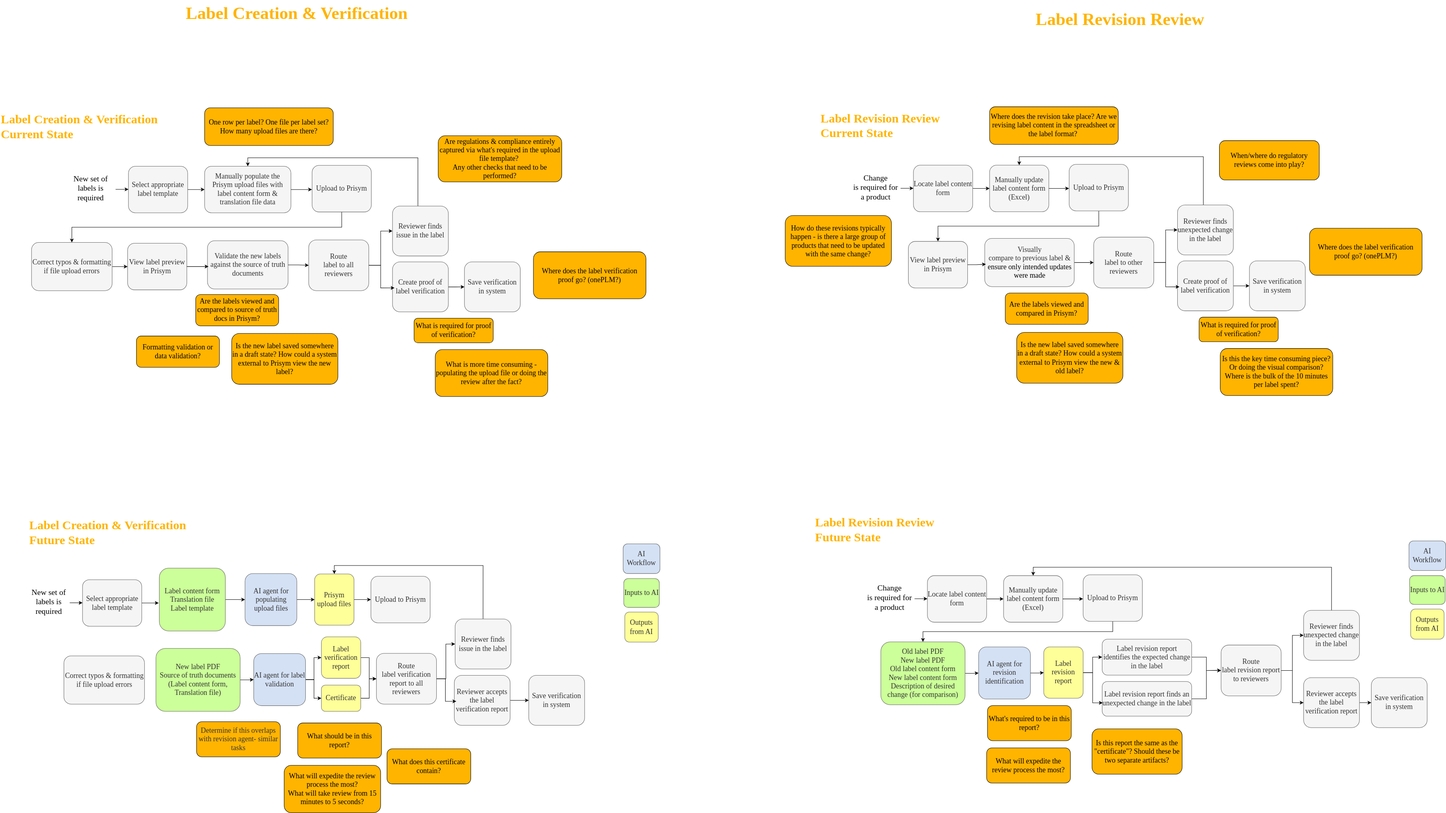
keewonhong-slalom/StrykerFDE-Ortho keeps this draw.io diagram as raw/Ortho Labeling Workflows.svg. Above is the earlier version. Source tidied: cells renumbered, new cells last; positions are measured from the earlier drawing's top-left corner, leaving out a move shared by most shapes.
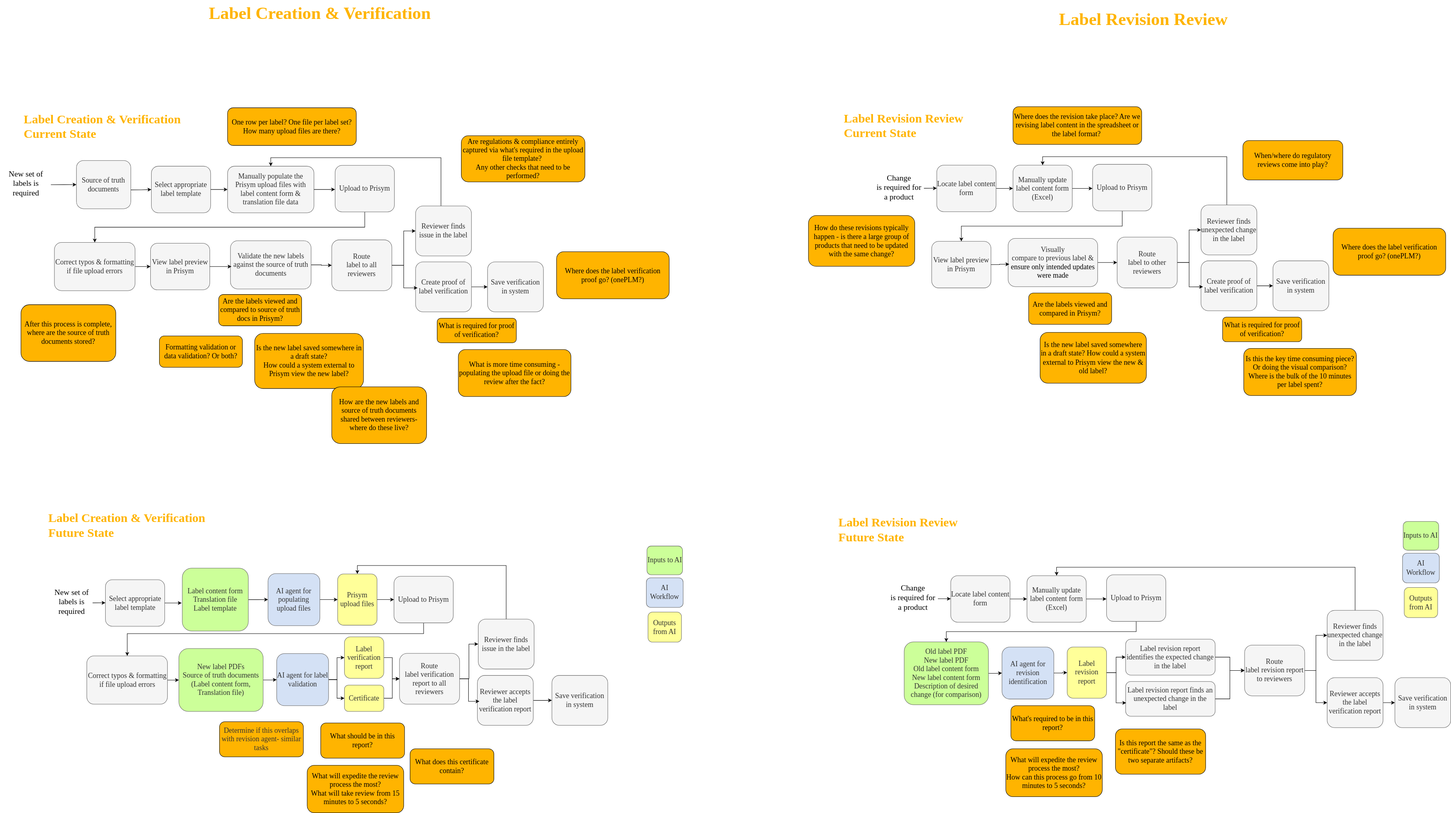
The same file after the commit.

What changed in the source:
```diff
@@ -113,21 +113,12 @@
     <mxCell id="38" value="Is this the key time consuming piece? Or doing the visual comparison? Where is the bulk of the 10 minutes per label spent?" style="rounded=1;whiteSpace=wrap;html=1;labelBorderColor=none;labelBackgroundColor=none;fillColor=light-dark(#FFB400,#FFB400);gradientColor=none;fillStyle=solid;fontFamily=cambria;fontSize=17;" parent="1" vertex="1">
       <mxGeometry x="2883" y="822.5" width="266" height="111" as="geometry" />
     </mxCell>
-    <mxCell id="39" value="AI Workflow" style="rounded=1;whiteSpace=wrap;html=1;fillColor=#D4E1F5;fontColor=#333333;strokeColor=#666666;fontFamily=cambria;fontSize=17;" parent="1" vertex="1">
-      <mxGeometry x="3329" y="1277" width="87" height="70" as="geometry" />
-    </mxCell>
     <mxCell id="40" style="edgeStyle=orthogonalEdgeStyle;rounded=0;jettySize=auto;html=1;entryX=0;entryY=0.5;entryDx=0;entryDy=0;" parent="1" edge="1" source="41" target="45">
       <mxGeometry relative="1" as="geometry" />
     </mxCell>
     <mxCell id="41" value="Old label PDF&lt;br&gt;New label PDF&lt;div&gt;Old label content form&lt;/div&gt;&lt;div&gt;New label content form&lt;/div&gt;&lt;div&gt;Description of desired change (for comparison)&lt;/div&gt;" style="rounded=1;whiteSpace=wrap;html=1;fillColor=#CCFF99;fontColor=#333333;strokeColor=#666666;fontFamily=cambria;fontSize=17;align=center;" parent="1" vertex="1">
       <mxGeometry x="2081" y="1515.5" width="199" height="148.5" as="geometry" />
     </mxCell>
-    <mxCell id="42" value="Outputs from AI" style="rounded=1;whiteSpace=wrap;html=1;fillColor=#FFFF99;fontColor=#333333;strokeColor=#666666;fontFamily=cambria;fontSize=17;" parent="1" vertex="1">
-      <mxGeometry x="3333" y="1438" width="79" height="71" as="geometry" />
-    </mxCell>
-    <mxCell id="43" value="Inputs to AI" style="rounded=1;whiteSpace=wrap;html=1;fillColor=#CCFF99;fontColor=#333333;strokeColor=#666666;fontFamily=cambria;fontSize=17;" parent="1" vertex="1">
-      <mxGeometry x="3330.5" y="1359" width="84" height="68" as="geometry" />
-    </mxCell>
     <mxCell id="44" style="edgeStyle=orthogonalEdgeStyle;rounded=0;jettySize=auto;html=1;entryX=0;entryY=0.5;entryDx=0;entryDy=0;" parent="1" edge="1" source="45" target="47">
       <mxGeometry relative="1" as="geometry" />
     </mxCell>
@@ -143,8 +134,8 @@
     <mxCell id="48" value="What's required to be in this report?" style="rounded=1;whiteSpace=wrap;html=1;labelBorderColor=none;labelBackgroundColor=none;fillColor=light-dark(#FFB400,#FFB400);gradientColor=none;fillStyle=solid;fontFamily=cambria;fontSize=17;" parent="1" vertex="1">
       <mxGeometry x="2333" y="1666" width="198" height="83" as="geometry" />
     </mxCell>
-    <mxCell id="49" value="What will expedite the review process the most?" style="rounded=1;whiteSpace=wrap;html=1;labelBorderColor=none;labelBackgroundColor=none;fillColor=light-dark(#FFB400,#FFB400);gradientColor=none;fillStyle=solid;fontFamily=cambria;fontSize=17;" parent="1" vertex="1">
-      <mxGeometry x="2331" y="1766" width="198" height="83" as="geometry" />
+    <mxCell id="49" value="What will expedite the review process the most?&lt;br&gt;How can this process go from 10 minutes to 5 seconds?" style="rounded=1;whiteSpace=wrap;html=1;labelBorderColor=none;labelBackgroundColor=none;fillColor=light-dark(#FFB400,#FFB400);gradientColor=none;fillStyle=solid;fontFamily=cambria;fontSize=17;" parent="1" vertex="1">
+      <mxGeometry x="2321" y="1768" width="228" height="113" as="geometry" />
     </mxCell>
     <mxCell id="50" value="&lt;p style=&quot;margin-top: 0pt; margin-bottom: 0pt; direction: ltr; unicode-bidi: embed; vertical-align: baseline;&quot;&gt;&lt;span style=&quot;font-family: Cambria;&quot;&gt;Save verification in system&lt;/span&gt;&lt;/p&gt;" style="rounded=1;whiteSpace=wrap;html=1;fillColor=#f5f5f5;fontColor=#333333;strokeColor=#666666;fontFamily=cambria;fontSize=17;" parent="1" vertex="1">
       <mxGeometry x="2952" y="615.5" width="132" height="118" as="geometry" />
@@ -200,7 +191,7 @@
       <mxGeometry x="303" y="392" width="140" height="110" as="geometry" />
     </mxCell>
     <mxCell id="66" value="&lt;p style=&quot;language:en-US;margin-top:0pt;margin-bottom:0pt;text-align:center;&amp;lt;br/&amp;gt;direction:ltr;unicode-bidi:embed;vertical-align:baseline&quot;&gt;&lt;font face=&quot;Cambria&quot;&gt;&lt;span style=&quot;font-size: 18.6667px;&quot;&gt;New set of labels is required&lt;/span&gt;&lt;/font&gt;&lt;/p&gt;" style="text;whiteSpace=wrap;html=1;" parent="1" vertex="1">
-      <mxGeometry x="153" y="404" width="120" height="70" as="geometry" />
+      <mxGeometry x="-54" y="393" width="120" height="70" as="geometry" />
     </mxCell>
     <mxCell id="67" value="Manually populate the Prisym upload files with label content form &amp;amp; translation file data" style="rounded=1;whiteSpace=wrap;html=1;fillColor=#f5f5f5;fontColor=#333333;strokeColor=#666666;fontFamily=cambria;fontSize=17;" parent="1" vertex="1">
       <mxGeometry x="483" y="392" width="204" height="110" as="geometry" />
@@ -241,7 +232,7 @@
     <mxCell id="79" style="edgeStyle=orthogonalEdgeStyle;rounded=0;jettySize=auto;html=1;entryX=0.036;entryY=0.52;entryDx=0;entryDy=0;entryPerimeter=0;" parent="1" edge="1" source="74" target="76">
       <mxGeometry relative="1" as="geometry" />
     </mxCell>
-    <mxCell id="80" style="edgeStyle=orthogonalEdgeStyle;rounded=0;jettySize=auto;html=1;entryX=0;entryY=0.5;entryDx=0;entryDy=0;exitX=0.997;exitY=0.609;exitDx=0;exitDy=0;exitPerimeter=0;" parent="1" edge="1" source="66" target="65">
+    <mxCell id="80" style="edgeStyle=orthogonalEdgeStyle;rounded=0;jettySize=auto;html=1;entryX=0;entryY=0.5;entryDx=0;entryDy=0;exitX=0.997;exitY=0.609;exitDx=0;exitDy=0;exitPerimeter=0;" parent="1" edge="1" source="140" target="65">
       <mxGeometry relative="1" as="geometry" />
     </mxCell>
     <mxCell id="81" value="&lt;p style=&quot;margin-top: 0pt; margin-bottom: 0pt; unicode-bidi: embed; vertical-align: baseline;&quot;&gt;&lt;font&gt;Label Creation &amp;amp; Verification&lt;/font&gt;&lt;/p&gt;&lt;p style=&quot;margin-top: 0pt; margin-bottom: 0pt; unicode-bidi: embed; vertical-align: baseline;&quot;&gt;&lt;font&gt;Current State&lt;/font&gt;&lt;/p&gt;" style="text;whiteSpace=wrap;html=1;fontFamily=cambria;fontSize=29;fontColor=light-dark(#FFB400,#FFB400);fontStyle=1;align=left;" parent="1" vertex="1">
@@ -256,11 +247,11 @@
     <mxCell id="84" value="Are the labels viewed and compared to source of truth docs in Prisym?" style="rounded=1;whiteSpace=wrap;html=1;labelBorderColor=none;labelBackgroundColor=none;fillColor=light-dark(#FFB400,#FFB400);gradientColor=none;fillStyle=solid;fontFamily=cambria;fontSize=17;" parent="1" vertex="1">
       <mxGeometry x="462" y="695" width="196" height="74" as="geometry" />
     </mxCell>
-    <mxCell id="85" value="Is the new label saved somewhere in a draft state? How could a system external to Prisym view the new label?" style="rounded=1;whiteSpace=wrap;html=1;labelBorderColor=none;labelBackgroundColor=none;fillColor=light-dark(#FFB400,#FFB400);gradientColor=none;fillStyle=solid;fontFamily=cambria;fontSize=17;" parent="1" vertex="1">
-      <mxGeometry x="547" y="787" width="251" height="120" as="geometry" />
+    <mxCell id="85" value="Is the new label saved somewhere in a draft state? &lt;br&gt;How could a system external to Prisym view the new label?" style="rounded=1;whiteSpace=wrap;html=1;labelBorderColor=none;labelBackgroundColor=none;fillColor=light-dark(#FFB400,#FFB400);gradientColor=none;fillStyle=solid;fontFamily=cambria;fontSize=17;" parent="1" vertex="1">
+      <mxGeometry x="547" y="787" width="257" height="130" as="geometry" />
     </mxCell>
     <mxCell id="86" value="&lt;p style=&quot;margin-top: 0pt; margin-bottom: 0pt; unicode-bidi: embed; vertical-align: baseline;&quot;&gt;&lt;font&gt;Label Creation&amp;nbsp;&lt;/font&gt;&lt;span style=&quot;background-color: transparent;&quot;&gt;&amp;amp; Verification&lt;/span&gt;&lt;/p&gt;&lt;p style=&quot;margin-top: 0pt; margin-bottom: 0pt; unicode-bidi: embed; vertical-align: baseline;&quot;&gt;&lt;font&gt;Future State&lt;/font&gt;&lt;/p&gt;" style="text;whiteSpace=wrap;html=1;fontFamily=cambria;fontSize=29;fontColor=light-dark(#FFB400,#FFB400);fontStyle=1;align=left;" parent="1" vertex="1">
-      <mxGeometry x="67" y="1216" width="414" height="39" as="geometry" />
+      <mxGeometry x="57.5" y="1199" width="414" height="39" as="geometry" />
     </mxCell>
     <mxCell id="87" value="Are regulations &amp;amp; compliance entirely captured via what's required in the upload file template?&amp;nbsp;&lt;div&gt;Any other checks that need to be performed?&lt;/div&gt;" style="rounded=1;whiteSpace=wrap;html=1;labelBorderColor=none;labelBackgroundColor=none;fillColor=light-dark(#FFB400,#FFB400);gradientColor=none;fillStyle=solid;fontFamily=cambria;fontSize=17;" parent="1" vertex="1">
       <mxGeometry x="1035" y="320" width="292" height="109" as="geometry" />
@@ -269,13 +260,13 @@
       <mxGeometry x="1028" y="825" width="266" height="111" as="geometry" />
     </mxCell>
     <mxCell id="89" value="AI Workflow" style="rounded=1;whiteSpace=wrap;html=1;fillColor=#D4E1F5;fontColor=#333333;strokeColor=#666666;fontFamily=cambria;fontSize=17;" parent="1" vertex="1">
-      <mxGeometry x="1472" y="1284" width="87" height="70" as="geometry" />
+      <mxGeometry x="1472" y="1364" width="87" height="70" as="geometry" />
     </mxCell>
     <mxCell id="90" value="Outputs from AI" style="rounded=1;whiteSpace=wrap;html=1;fillColor=#FFFF99;fontColor=#333333;strokeColor=#666666;fontFamily=cambria;fontSize=17;" parent="1" vertex="1">
       <mxGeometry x="1476" y="1445" width="79" height="71" as="geometry" />
     </mxCell>
     <mxCell id="91" value="Inputs to AI" style="rounded=1;whiteSpace=wrap;html=1;fillColor=#CCFF99;fontColor=#333333;strokeColor=#666666;fontFamily=cambria;fontSize=17;" parent="1" vertex="1">
-      <mxGeometry x="1473.5" y="1366" width="84" height="68" as="geometry" />
+      <mxGeometry x="1473.5" y="1289" width="84" height="68" as="geometry" />
     </mxCell>
     <mxCell id="92" value="What should be in this report?" style="rounded=1;whiteSpace=wrap;html=1;labelBorderColor=none;labelBackgroundColor=none;fillColor=light-dark(#FFB400,#FFB400);gradientColor=none;fillStyle=solid;fontFamily=cambria;fontSize=17;" parent="1" vertex="1">
       <mxGeometry x="703" y="1707" width="198" height="83" as="geometry" />
@@ -309,7 +300,7 @@
     <mxCell id="100" value="Is this report the same as the &quot;certificate&quot;? Should these be two separate artifacts?" style="rounded=1;whiteSpace=wrap;html=1;labelBorderColor=none;labelBackgroundColor=none;fillColor=light-dark(#FFB400,#FFB400);gradientColor=none;fillStyle=solid;fontFamily=cambria;fontSize=17;" parent="1" vertex="1">
       <mxGeometry x="2580" y="1721" width="213" height="107" as="geometry" />
     </mxCell>
-    <mxCell id="101" value="Formatting validation or data validation?" style="rounded=1;whiteSpace=wrap;html=1;labelBorderColor=none;labelBackgroundColor=none;fillColor=light-dark(#FFB400,#FFB400);gradientColor=none;fillStyle=solid;fontFamily=cambria;fontSize=17;" parent="1" vertex="1">
+    <mxCell id="101" value="Formatting validation or data validation? Or both?" style="rounded=1;whiteSpace=wrap;html=1;labelBorderColor=none;labelBackgroundColor=none;fillColor=light-dark(#FFB400,#FFB400);gradientColor=none;fillStyle=solid;fontFamily=cambria;fontSize=17;" parent="1" vertex="1">
       <mxGeometry x="322" y="793" width="196" height="74" as="geometry" />
     </mxCell>
     <mxCell id="102" style="edgeStyle=orthogonalEdgeStyle;rounded=0;jettySize=auto;html=1;" parent="1" edge="1" source="103">
@@ -323,6 +314,14 @@
     <mxCell id="104" value="&lt;p style=&quot;language:en-US;margin-top:0pt;margin-bottom:0pt;text-align:center;&amp;lt;br/&amp;gt;direction:ltr;unicode-bidi:embed;vertical-align:baseline&quot;&gt;&lt;font face=&quot;Cambria&quot;&gt;&lt;span style=&quot;font-size: 18.6667px;&quot;&gt;New set of labels is required&lt;/span&gt;&lt;/font&gt;&lt;/p&gt;" style="text;whiteSpace=wrap;html=1;" parent="1" vertex="1">
       <mxGeometry x="63" y="1380.6" width="101.5" height="70" as="geometry" />
     </mxCell>
+    <mxCell id="135" style="edgeStyle=orthogonalEdgeStyle;rounded=0;jettySize=auto;html=1;exitX=0.5;exitY=1;exitDx=0;exitDy=0;" parent="1" edge="1" source="105" target="116">
+      <mxGeometry relative="1" as="geometry">
+        <Array as="points">
+          <mxPoint x="946" y="1496" />
+          <mxPoint x="246" y="1496" />
+        </Array>
+      </mxGeometry>
+    </mxCell>
     <mxCell id="105" value="Upload to Prisym" style="rounded=1;whiteSpace=wrap;html=1;fillColor=#f5f5f5;fontColor=#333333;strokeColor=#666666;fontFamily=cambria;fontSize=17;" parent="1" vertex="1">
       <mxGeometry x="876" y="1360.6" width="140" height="110" as="geometry" />
     </mxCell>
@@ -356,6 +355,9 @@
     <mxCell id="115" value="&lt;p style=&quot;margin-top: 0pt; margin-bottom: 0pt; direction: ltr; unicode-bidi: embed; vertical-align: baseline;&quot;&gt;&lt;font face=&quot;Cambria&quot;&gt;Reviewer finds issue in the label&lt;/font&gt;&lt;/p&gt;" style="rounded=1;whiteSpace=wrap;html=1;fillColor=#f5f5f5;fontColor=#333333;strokeColor=#666666;fontFamily=cambria;fontSize=17;" parent="1" vertex="1">
       <mxGeometry x="1075" y="1461.6" width="132" height="118" as="geometry" />
     </mxCell>
+    <mxCell id="136" style="edgeStyle=orthogonalEdgeStyle;rounded=0;jettySize=auto;html=1;entryX=0;entryY=0.5;entryDx=0;entryDy=0;" parent="1" edge="1" source="116" target="124">
+      <mxGeometry relative="1" as="geometry" />
+    </mxCell>
     <mxCell id="116" value="&lt;p style=&quot;margin-top: 0pt; margin-bottom: 0pt; direction: ltr; unicode-bidi: embed; vertical-align: baseline;&quot;&gt;&lt;font face=&quot;Cambria&quot;&gt;Correct typos &amp;amp; formatting if file upload errors&lt;/font&gt;&lt;/p&gt;" style="rounded=1;whiteSpace=wrap;html=1;fillColor=#f5f5f5;fontColor=#333333;strokeColor=#666666;fontFamily=cambria;fontSize=17;" parent="1" vertex="1">
       <mxGeometry x="150.5" y="1548.6" width="190.5" height="114" as="geometry" />
     </mxCell>
@@ -380,7 +382,7 @@
     <mxCell id="123" style="edgeStyle=orthogonalEdgeStyle;rounded=0;jettySize=auto;html=1;entryX=0;entryY=0.5;entryDx=0;entryDy=0;" parent="1" edge="1" source="124" target="127">
       <mxGeometry relative="1" as="geometry" />
     </mxCell>
-    <mxCell id="124" value="New label PDF&lt;div&gt;Source of truth documents&lt;br&gt;&lt;div&gt;(Label content form, Translation file)&lt;/div&gt;&lt;/div&gt;" style="rounded=1;whiteSpace=wrap;html=1;fillColor=#CCFF99;fontColor=#333333;strokeColor=#666666;fontFamily=cambria;fontSize=17;align=center;" parent="1" vertex="1">
+    <mxCell id="124" value="New label PDFs&lt;div&gt;Source of truth documents&lt;br&gt;&lt;div&gt;(Label content form, Translation file)&lt;/div&gt;&lt;/div&gt;" style="rounded=1;whiteSpace=wrap;html=1;fillColor=#CCFF99;fontColor=#333333;strokeColor=#666666;fontFamily=cambria;fontSize=17;align=center;" parent="1" vertex="1">
       <mxGeometry x="368" y="1531.1" width="199" height="148.5" as="geometry" />
     </mxCell>
     <mxCell id="125" style="edgeStyle=orthogonalEdgeStyle;rounded=0;jettySize=auto;html=1;entryX=0;entryY=0.5;entryDx=0;entryDy=0;" parent="1" edge="1" source="127" target="128">
@@ -413,5 +415,26 @@
     <mxCell id="134" value="&lt;p style=&quot;margin-top: 0pt; margin-bottom: 0pt; unicode-bidi: embed; vertical-align: baseline;&quot;&gt;&lt;font&gt;Label Creation &amp;amp; Verification&lt;/font&gt;&lt;/p&gt;" style="text;whiteSpace=wrap;html=1;fontFamily=cambria;fontSize=41;fontColor=light-dark(#FFB400,#FFB400);fontStyle=1;align=left;" parent="1" vertex="1">
       <mxGeometry x="437" width="557" height="39" as="geometry" />
     </mxCell>
+    <mxCell id="39" value="AI Workflow" style="rounded=1;whiteSpace=wrap;html=1;fillColor=#D4E1F5;fontColor=#333333;strokeColor=#666666;fontFamily=cambria;fontSize=17;" parent="1" vertex="1">
+      <mxGeometry x="3258" y="1306" width="87" height="70" as="geometry" />
+    </mxCell>
+    <mxCell id="42" value="Outputs from AI" style="rounded=1;whiteSpace=wrap;html=1;fillColor=#FFFF99;fontColor=#333333;strokeColor=#666666;fontFamily=cambria;fontSize=17;" parent="1" vertex="1">
+      <mxGeometry x="3262" y="1387" width="79" height="71" as="geometry" />
+    </mxCell>
+    <mxCell id="43" value="Inputs to AI" style="rounded=1;whiteSpace=wrap;html=1;fillColor=#CCFF99;fontColor=#333333;strokeColor=#666666;fontFamily=cambria;fontSize=17;" parent="1" vertex="1">
+      <mxGeometry x="3259.5" y="1231" width="84" height="68" as="geometry" />
+    </mxCell>
+    <mxCell id="137" value="&lt;span style=&quot;text-align: left;&quot;&gt;&lt;font face=&quot;cambria&quot;&gt;How are the new labels and source of truth documents shared between reviewers- where do these live?&lt;/font&gt;&lt;/span&gt;" style="rounded=1;whiteSpace=wrap;html=1;labelBorderColor=none;labelBackgroundColor=none;fillColor=light-dark(#FFB400,#FFB400);gradientColor=none;fillStyle=solid;fontFamily=cambria;fontSize=17;" parent="1" vertex="1">
+      <mxGeometry x="729" y="913" width="224" height="134" as="geometry" />
+    </mxCell>
+    <mxCell id="138" value="&lt;span style=&quot;text-align: left;&quot;&gt;&lt;font face=&quot;cambria&quot;&gt;After this process is complete, where are the source of truth documents stored?&lt;/font&gt;&lt;/span&gt;" style="rounded=1;whiteSpace=wrap;html=1;labelBorderColor=none;labelBackgroundColor=none;fillColor=light-dark(#FFB400,#FFB400);gradientColor=none;fillStyle=solid;fontFamily=cambria;fontSize=17;" parent="1" vertex="1">
+      <mxGeometry x="-5" y="719" width="224" height="134" as="geometry" />
+    </mxCell>
+    <mxCell id="139" style="edgeStyle=orthogonalEdgeStyle;rounded=0;jettySize=auto;html=1;entryX=0;entryY=0.5;entryDx=0;entryDy=0;exitX=0.997;exitY=0.609;exitDx=0;exitDy=0;exitPerimeter=0;" parent="1" edge="1" source="66" target="140">
+      <mxGeometry relative="1" as="geometry" />
+    </mxCell>
+    <mxCell id="140" value="&lt;p style=&quot;margin-top: 0pt; margin-bottom: 0pt; direction: ltr; unicode-bidi: embed; vertical-align: baseline;&quot;&gt;&lt;font face=&quot;Cambria&quot;&gt;Source of truth documents&lt;/font&gt;&lt;/p&gt;" style="rounded=1;whiteSpace=wrap;html=1;fillColor=#f5f5f5;fontColor=#333333;strokeColor=#666666;fontFamily=cambria;fontSize=17;" parent="1" vertex="1">
+      <mxGeometry x="126" y="378.5" width="128.5" height="114" as="geometry" />
+    </mxCell>
   </root>
 </mxGraphModel>
```
